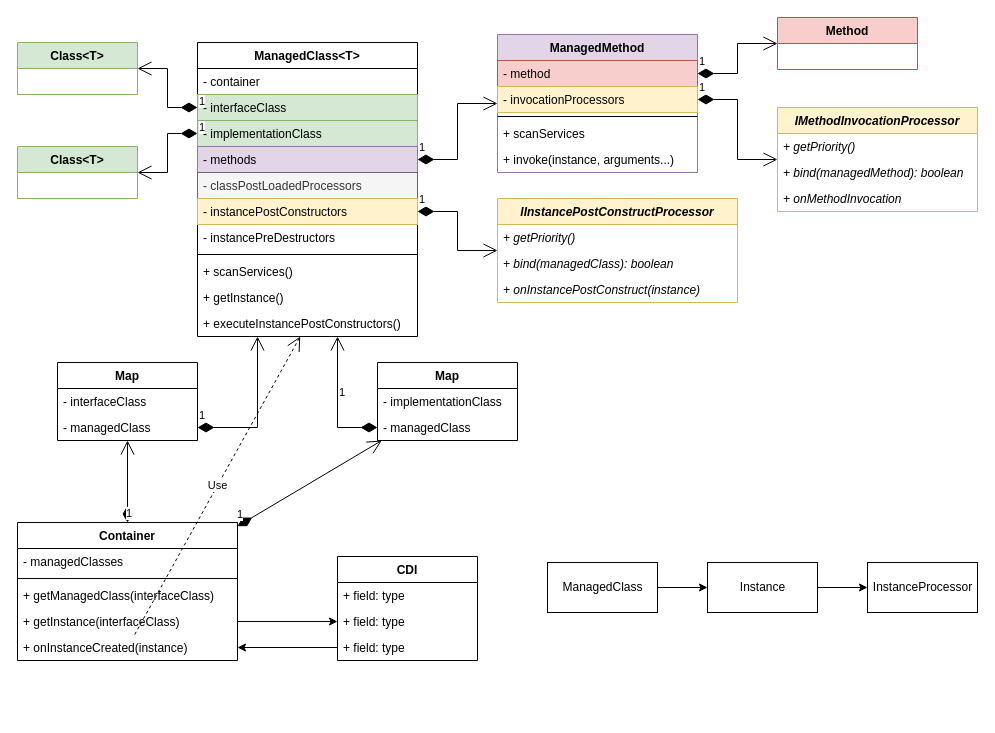
Before: page "Implementation Classes" (3 of 11) of docs/core.drawio in js-lib-com/tiny-container, a draw.io diagram. Source tidied: cells renumbered, new cells numbered last; positions are measured from the earlier drawing's top-left corner, leaving out a move shared by most shapes. Both pictures are drawn from the tidied source at 100%, with x=0, y=0 at pixel (17, 17).
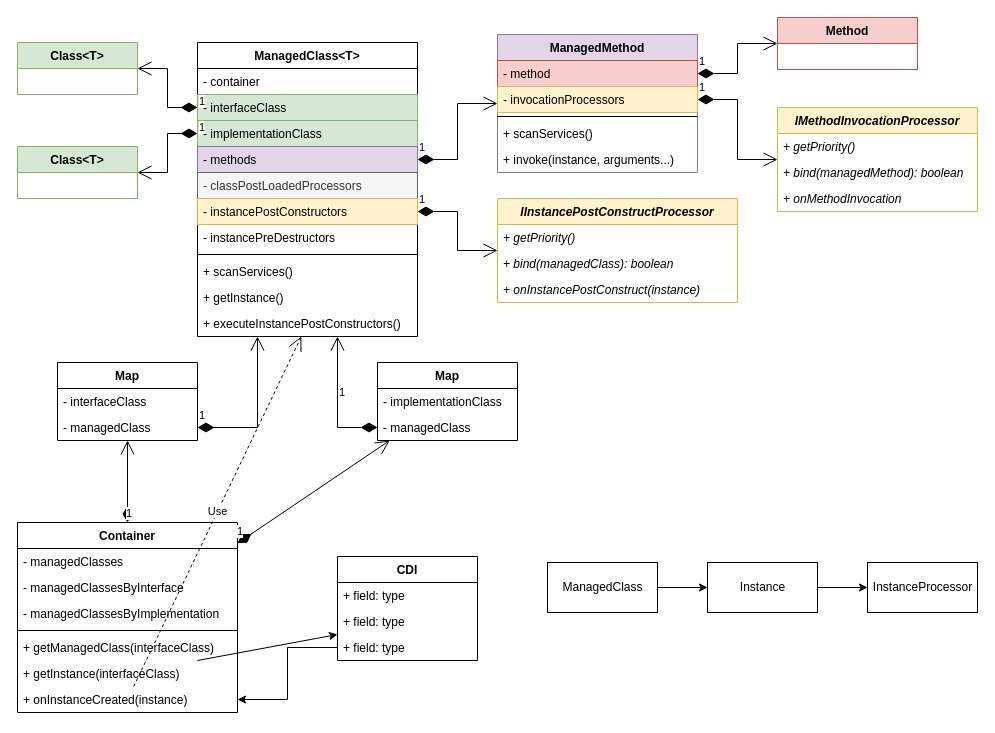
The same page after the edit.

Unchanged cells that the change refers to:
```xml
<mxCell id="14" value="ManagedMethod" style="swimlane;fontStyle=1;horizontal=1;startSize=26;fillColor=#e1d5e7;strokeColor=#9673a6;" parent="1" vertex="1">
  <mxGeometry x="480" y="17" width="200" height="138" as="geometry" />
</mxCell>
```

What changed in the source:
```diff
@@
-    <mxCell id="18" value="+ scanServices" style="text;strokeColor=none;fillColor=none;align=left;verticalAlign=top;spacingLeft=4;spacingRight=4;overflow=hidden;" parent="14" vertex="1">
+    <mxCell id="18" value="+ scanServices()" style="text;strokeColor=none;fillColor=none;align=left;verticalAlign=top;spacingLeft=4;spacingRight=4;overflow=hidden;" parent="14" vertex="1">
       <mxGeometry y="86" width="200" height="26" as="geometry" />
     </mxCell>
@@
     <mxCell id="43" value="Container" style="swimlane;fontStyle=1;horizontal=1;startSize=26;fillColor=none;" parent="1" vertex="1">
-      <mxGeometry y="505" width="220" height="138" as="geometry" />
+      <mxGeometry y="505" width="220" height="190" as="geometry" />
     </mxCell>
@@
+    <mxCell id="65" value="- managedClassesByInterface" style="text;strokeColor=none;fillColor=none;align=left;verticalAlign=top;spacingLeft=4;spacingRight=4;overflow=hidden;" parent="43" vertex="1">
+      <mxGeometry y="52" width="220" height="26" as="geometry" />
+    </mxCell>
+    <mxCell id="66" value="- managedClassesByImplementation" style="text;strokeColor=none;fillColor=none;align=left;verticalAlign=top;spacingLeft=4;spacingRight=4;overflow=hidden;" parent="43" vertex="1">
+      <mxGeometry y="78" width="220" height="26" as="geometry" />
+    </mxCell>
     <mxCell id="45" style="line;strokeWidth=1;fillColor=none;align=left;verticalAlign=middle;spacingTop=-1;spacingLeft=3;spacingRight=3;labelPosition=right;" parent="43" vertex="1">
-      <mxGeometry y="52" width="220" height="8" as="geometry" />
+      <mxGeometry y="104" width="220" height="8" as="geometry" />
     </mxCell>
     <mxCell id="46" value="+ getManagedClass(interfaceClass)" style="text;strokeColor=none;fillColor=none;align=left;verticalAlign=top;spacingLeft=4;spacingRight=4;overflow=hidden;" parent="43" vertex="1">
-      <mxGeometry y="60" width="220" height="26" as="geometry" />
+      <mxGeometry y="112" width="220" height="26" as="geometry" />
     </mxCell>
     <mxCell id="47" value="+ getInstance(interfaceClass)" style="text;strokeColor=none;fillColor=none;align=left;verticalAlign=top;spacingLeft=4;spacingRight=4;overflow=hidden;points=[[0,0.5],[1,0.5]];portConstraint=eastwest;" parent="43" vertex="1">
-      <mxGeometry y="86" width="220" height="26" as="geometry" />
+      <mxGeometry y="138" width="220" height="26" as="geometry" />
     </mxCell>
     <mxCell id="48" value="+ onInstanceCreated(instance)" style="text;strokeColor=none;fillColor=none;align=left;verticalAlign=top;spacingLeft=4;spacingRight=4;overflow=hidden;points=[[0,0.5],[1,0.5]];portConstraint=eastwest;" parent="43" vertex="1">
-      <mxGeometry y="112" width="220" height="26" as="geometry" />
+      <mxGeometry y="164" width="220" height="26" as="geometry" />
     </mxCell>
```
